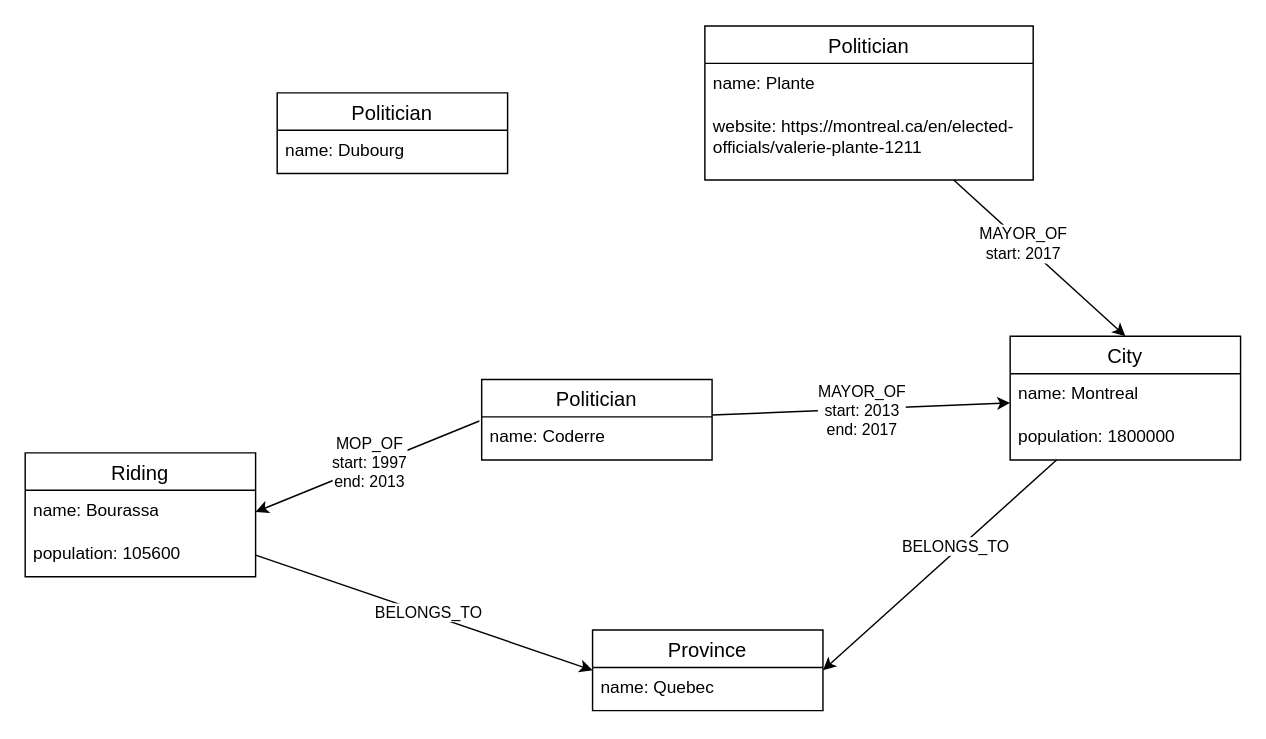
Earlier version of the draw.io diagram COMP421/Assignments/A3/COMP421_A3_ex1.drawio (XxScarletxX/Winter2025). Source tidied: cells renumbered, new cells numbered last; positions are measured from the earlier drawing's top-left corner, leaving out a move shared by most shapes. Both pictures are drawn from the tidied source at 144%, with x=0, y=0 at pixel (24, 24).
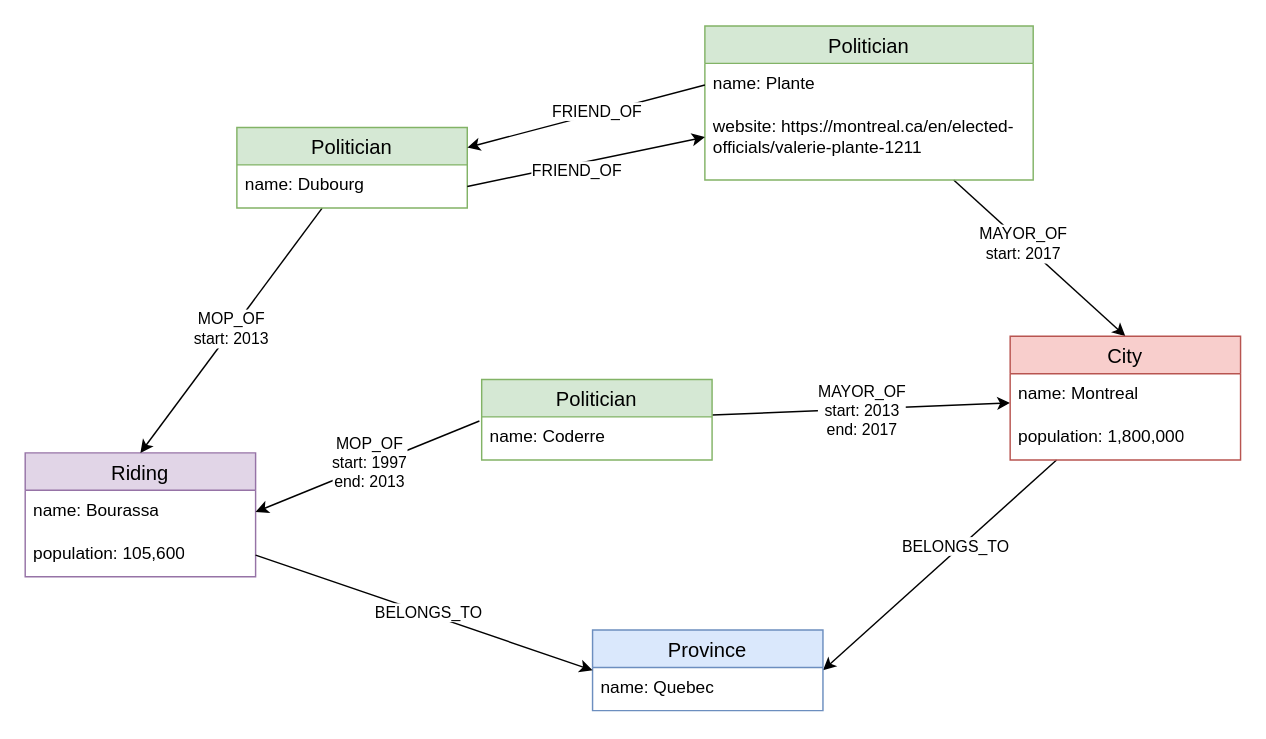
After the change.

Unchanged cells that the change refers to:
```xml
<mxCell id="6" value="name: Dubourg" style="text;strokeColor=none;fillColor=none;spacingLeft=4;spacingRight=4;overflow=hidden;points=[[0,0.5],[1,0.5]];portConstraint=eastwest;fontSize=12;whiteSpace=wrap;html=1;" parent="5" vertex="1">
  <mxGeometry y="26" width="160" height="30" as="geometry" />
</mxCell>
<mxCell id="10" value="name: Plante" style="text;strokeColor=none;fillColor=none;spacingLeft=4;spacingRight=4;overflow=hidden;points=[[0,0.5],[1,0.5]];portConstraint=eastwest;fontSize=12;whiteSpace=wrap;html=1;" parent="9" vertex="1">
  <mxGeometry y="26" width="228" height="30" as="geometry" />
</mxCell>
```

Change to the diagram source:
```diff
@@
-    <mxCell id="2" value="Riding" style="swimlane;fontStyle=0;horizontal=1;startSize=26;align=center;fontSize=14;" parent="1" vertex="1">
+    <mxCell id="2" value="Riding" style="swimlane;fontStyle=0;horizontal=1;startSize=26;align=center;fontSize=14;fillColor=#e1d5e7;strokeColor=#9673a6;" parent="1" vertex="1">
       <mxGeometry y="297" width="160" height="86" as="geometry" />
     </mxCell>
@@
-    <mxCell id="4" value="population: 105600" style="text;strokeColor=none;fillColor=none;spacingLeft=4;spacingRight=4;overflow=hidden;points=[[0,0.5],[1,0.5]];portConstraint=eastwest;fontSize=12;whiteSpace=wrap;html=1;" parent="2" vertex="1">
+    <mxCell id="4" value="population: 105,600" style="text;strokeColor=none;fillColor=none;spacingLeft=4;spacingRight=4;overflow=hidden;points=[[0,0.5],[1,0.5]];portConstraint=eastwest;fontSize=12;whiteSpace=wrap;html=1;" parent="2" vertex="1">
       <mxGeometry y="56" width="160" height="30" as="geometry" />
     </mxCell>
+    <mxCell id="27" style="rounded=0;jettySize=auto;html=1;entryX=0.5;entryY=0;entryDx=0;entryDy=0;" parent="1" edge="1" source="5" target="2">
+      <mxGeometry relative="1" as="geometry" />
+    </mxCell>
+    <mxCell id="28" value="MOP_OF&lt;div&gt;start: 2013&lt;/div&gt;" style="edgeLabel;html=1;align=center;verticalAlign=middle;" parent="27" vertex="1">
+      <mxGeometry x="-0.01" y="-1" relative="1" as="geometry" />
+    </mxCell>
-    <mxCell id="5" value="Politician" style="swimlane;fontStyle=0;horizontal=1;startSize=26;align=center;fontSize=14;" parent="1" vertex="1">
-      <mxGeometry x="175" y="47" width="160" height="56" as="geometry" />
+    <mxCell id="5" value="Politician" style="swimlane;fontStyle=0;horizontal=1;startSize=26;align=center;fontSize=14;fillColor=#d5e8d4;strokeColor=#82b366;" parent="1" vertex="1">
+      <mxGeometry x="147" y="71" width="160" height="56" as="geometry" />
     </mxCell>
@@
-    <mxCell id="9" value="Politician" style="swimlane;fontStyle=0;horizontal=1;startSize=26;align=center;fontSize=14;" parent="1" vertex="1">
+    <mxCell id="9" value="Politician" style="swimlane;fontStyle=0;horizontal=1;startSize=26;align=center;fontSize=14;fillColor=#d5e8d4;strokeColor=#82b366;" parent="1" vertex="1">
       <mxGeometry x="472" y="0.5" width="228" height="107" as="geometry" />
     </mxCell>
@@
-    <mxCell id="14" value="Politician" style="swimlane;fontStyle=0;horizontal=1;startSize=26;align=center;fontSize=14;" parent="1" vertex="1">
+    <mxCell id="14" value="Politician" style="swimlane;fontStyle=0;horizontal=1;startSize=26;align=center;fontSize=14;fillColor=#d5e8d4;strokeColor=#82b366;" parent="1" vertex="1">
       <mxGeometry x="317" y="246" width="160" height="56" as="geometry" />
     </mxCell>
@@
-    <mxCell id="18" value="City" style="swimlane;fontStyle=0;horizontal=1;startSize=26;align=center;fontSize=14;" parent="1" vertex="1">
+    <mxCell id="18" value="City" style="swimlane;fontStyle=0;horizontal=1;startSize=26;align=center;fontSize=14;fillColor=#f8cecc;strokeColor=#b85450;" parent="1" vertex="1">
       <mxGeometry x="684" y="216" width="160" height="86" as="geometry" />
     </mxCell>
@@
-    <mxCell id="20" value="population: 1800000" style="text;strokeColor=none;fillColor=none;spacingLeft=4;spacingRight=4;overflow=hidden;fontSize=12;whiteSpace=wrap;html=1;" parent="18" vertex="1">
+    <mxCell id="20" value="population: 1,800,000" style="text;strokeColor=none;fillColor=none;spacingLeft=4;spacingRight=4;overflow=hidden;fontSize=12;whiteSpace=wrap;html=1;" parent="18" vertex="1">
       <mxGeometry y="56" width="160" height="30" as="geometry" />
     </mxCell>
-    <mxCell id="21" value="Province" style="swimlane;fontStyle=0;horizontal=1;startSize=26;align=center;fontSize=14;" parent="1" vertex="1">
+    <mxCell id="21" value="Province" style="swimlane;fontStyle=0;horizontal=1;startSize=26;align=center;fontSize=14;fillColor=#dae8fc;strokeColor=#6c8ebf;" parent="1" vertex="1">
       <mxGeometry x="394" y="420" width="160" height="56" as="geometry" />
     </mxCell>
@@
+    <mxCell id="29" style="rounded=0;jettySize=auto;html=1;exitX=1;exitY=0.5;exitDx=0;exitDy=0;" parent="1" edge="1" source="6" target="9">
+      <mxGeometry relative="1" as="geometry" />
+    </mxCell>
+    <mxCell id="30" value="FRIEND_OF" style="edgeLabel;html=1;align=center;verticalAlign=middle;" parent="29" vertex="1">
+      <mxGeometry x="-0.1" y="-4" relative="1" as="geometry" />
+    </mxCell>
+    <mxCell id="31" style="rounded=0;jettySize=auto;html=1;exitX=0;exitY=0.5;exitDx=0;exitDy=0;entryX=1;entryY=0.25;entryDx=0;entryDy=0;" parent="1" edge="1" source="10" target="5">
+      <mxGeometry relative="1" as="geometry" />
+    </mxCell>
+    <mxCell id="32" value="FRIEND_OF" style="edgeLabel;html=1;align=center;verticalAlign=middle;" parent="31" vertex="1">
+      <mxGeometry x="-0.1" y="-2" relative="1" as="geometry">
+        <mxPoint x="-1" as="offset" />
+      </mxGeometry>
+    </mxCell>
```
